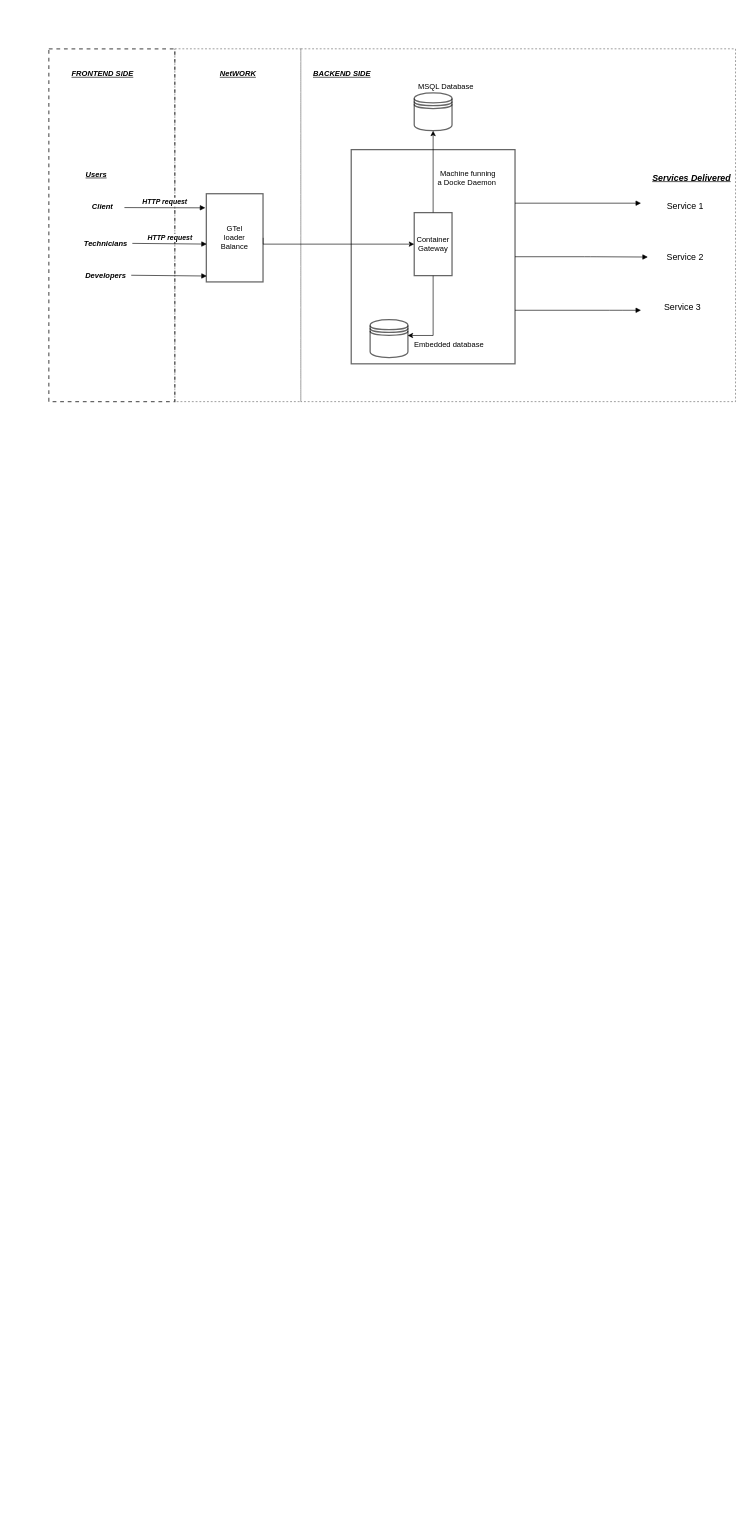
hansama0902/CMPT_220L_111_18F keeps this draw.io diagram as page "Page-1" (1 of 2) of Untitled Diagram.drawio. Above is the earlier version. Source tidied: cells renumbered, new cells numbered last; positions are measured from the earlier drawing's top-left corner, leaving out a move shared by most shapes. Both pictures are drawn from the tidied source at 63%, with x=0, y=0 at pixel (49, 49).
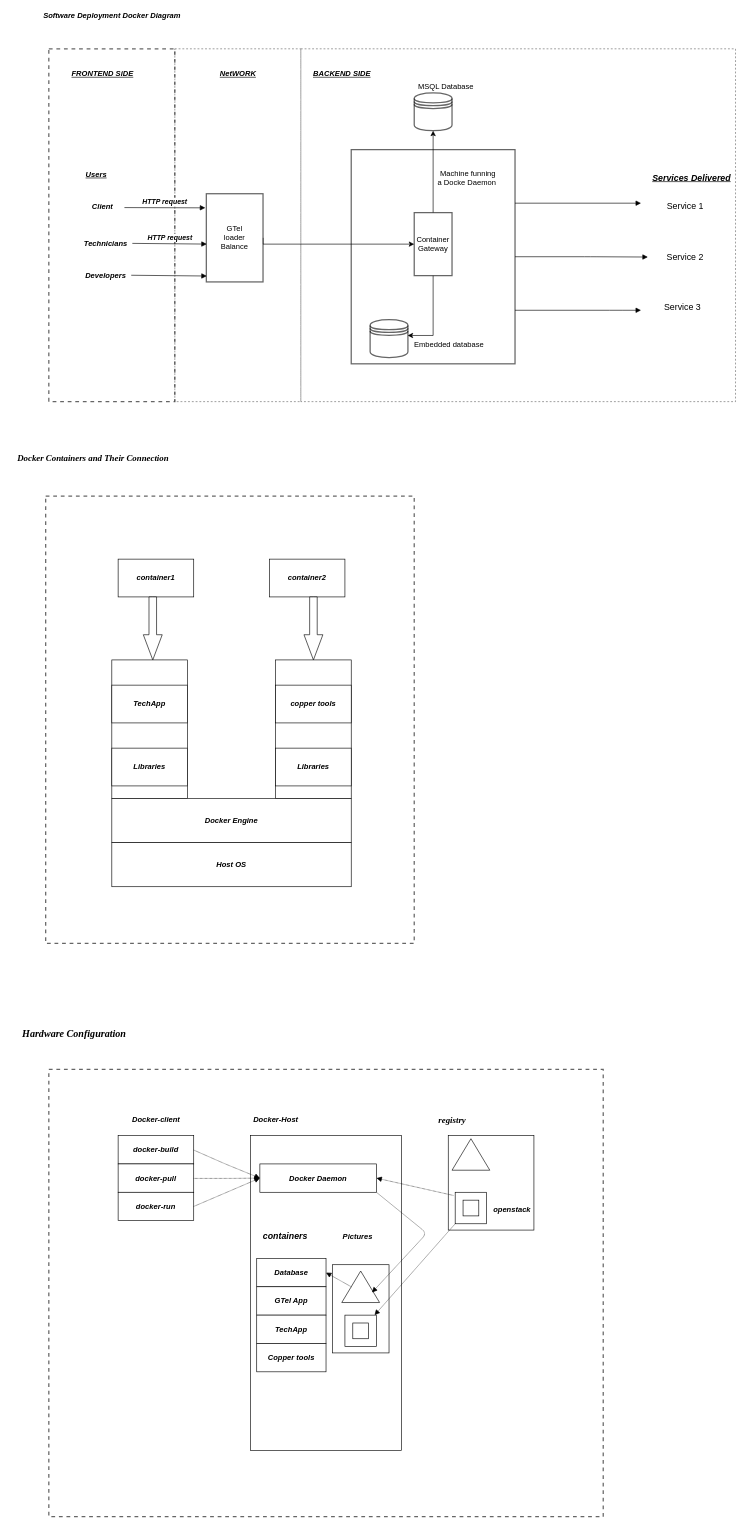
The same page after the edit.

What changed in the source:
```diff
@@
+    <mxCell id="33" value="&lt;p class=&quot;MsoNormal&quot; align=&quot;center&quot; style=&quot;margin: 0cm 0cm 10pt ; line-height: 16.8667px ; font-family: &amp;#34;calibri&amp;#34; , sans-serif&quot;&gt;&lt;span lang=&quot;EN-US&quot;&gt;&lt;font style=&quot;font-size: 12px&quot;&gt;&lt;b&gt;&lt;i&gt;Software Deployment Docker Diagram&lt;/i&gt;&lt;/b&gt;&lt;/font&gt;&lt;/span&gt;&lt;/p&gt;" style="text;html=1;align=center;verticalAlign=middle;" parent="1" vertex="1">
+      <mxGeometry x="-5" y="-60" width="210" height="30" as="geometry" />
+    </mxCell>
+    <mxCell id="34" value="&lt;span lang=&quot;EN-US&quot; style=&quot;line-height: 18.4px ; font-family: &amp;#34;times new roman&amp;#34; , serif&quot;&gt;&lt;font style=&quot;font-size: 14px&quot;&gt;&lt;b&gt;&lt;i&gt;Docker Containers and Their Connection&lt;/i&gt;&lt;/b&gt;&lt;/font&gt;&lt;/span&gt;&lt;span style=&quot;font-size: medium&quot;&gt;&lt;/span&gt;" style="text;html=1;align=center;verticalAlign=middle;" parent="1" vertex="1">
+      <mxGeometry x="-60" y="640" width="260" height="20" as="geometry" />
+    </mxCell>
+    <mxCell id="35" style="html=1;rounded=0;shadow=0;glass=0;dashed=1;sketch=0;fillStyle=dashed;strokeWidth=2;fillColor=#FFFFFF;opacity=60;align=left;" parent="1" vertex="1">
+      <mxGeometry x="-5" y="710" width="585" height="710" as="geometry" />
+    </mxCell>
+    <mxCell id="36" value="&lt;font style=&quot;font-size: 12px&quot;&gt;&lt;b&gt;&lt;i&gt;container2&lt;/i&gt;&lt;/b&gt;&lt;/font&gt;" style="rounded=0;whiteSpace=wrap;html=1;" parent="1" vertex="1">
+      <mxGeometry x="350" y="810" width="120" height="60" as="geometry" />
+    </mxCell>
+    <mxCell id="37" value="&lt;font style=&quot;font-size: 12px&quot;&gt;&lt;b&gt;&lt;i&gt;container1&lt;/i&gt;&lt;/b&gt;&lt;/font&gt;" style="rounded=0;whiteSpace=wrap;html=1;" parent="1" vertex="1">
+      <mxGeometry x="110" y="810" width="120" height="60" as="geometry" />
+    </mxCell>
+    <mxCell id="38" style="rounded=0;whiteSpace=wrap;html=1;" parent="1" vertex="1">
+      <mxGeometry x="100" y="970" width="120" height="220" as="geometry" />
+    </mxCell>
+    <mxCell id="39" style="rounded=0;whiteSpace=wrap;html=1;" parent="1" vertex="1">
+      <mxGeometry x="360" y="970" width="120" height="220" as="geometry" />
+    </mxCell>
+    <mxCell id="40" value="&lt;i&gt;&lt;b&gt;Docker Engine&lt;/b&gt;&lt;/i&gt;" style="rounded=0;whiteSpace=wrap;html=1;" parent="1" vertex="1">
+      <mxGeometry x="100" y="1190" width="380" height="70" as="geometry" />
+    </mxCell>
+    <mxCell id="41" value="&lt;b&gt;&lt;i&gt;Host OS&lt;/i&gt;&lt;/b&gt;" style="rounded=0;whiteSpace=wrap;html=1;" parent="1" vertex="1">
+      <mxGeometry x="100" y="1260" width="380" height="70" as="geometry" />
+    </mxCell>
+    <mxCell id="42" value="&lt;font style=&quot;font-size: 12px&quot;&gt;&lt;b&gt;&lt;i&gt;TechApp&lt;/i&gt;&lt;/b&gt;&lt;/font&gt;" style="rounded=0;whiteSpace=wrap;html=1;" parent="1" vertex="1">
+      <mxGeometry x="100" y="1010" width="120" height="60" as="geometry" />
+    </mxCell>
+    <mxCell id="43" value="&lt;font style=&quot;font-size: 12px&quot;&gt;&lt;b&gt;&lt;i&gt;Libraries&lt;/i&gt;&lt;/b&gt;&lt;/font&gt;" style="rounded=0;whiteSpace=wrap;html=1;" parent="1" vertex="1">
+      <mxGeometry x="100" y="1110" width="120" height="60" as="geometry" />
+    </mxCell>
+    <mxCell id="44" value="&lt;font style=&quot;font-size: 12px&quot;&gt;&lt;b&gt;&lt;i&gt;copper tools&lt;/i&gt;&lt;/b&gt;&lt;/font&gt;" style="rounded=0;whiteSpace=wrap;html=1;" parent="1" vertex="1">
+      <mxGeometry x="360" y="1010" width="120" height="60" as="geometry" />
+    </mxCell>
+    <mxCell id="45" value="&lt;b&gt;&lt;i&gt;Libraries&lt;/i&gt;&lt;/b&gt;" style="rounded=0;whiteSpace=wrap;html=1;" parent="1" vertex="1">
+      <mxGeometry x="360" y="1110" width="120" height="60" as="geometry" />
+    </mxCell>
+    <mxCell id="46" style="html=1;rounded=0;shadow=0;glass=0;dashed=1;sketch=0;fillStyle=dashed;strokeWidth=2;fillColor=#FFFFFF;opacity=60;align=left;" parent="1" vertex="1">
+      <mxGeometry y="1620" width="880" height="710" as="geometry" />
+    </mxCell>
+    <mxCell id="47" value="&lt;p class=&quot;MsoNormal&quot; align=&quot;center&quot; style=&quot;margin: 0cm 0cm 10pt ; line-height: 16.8667px ; font-size: 11pt ; font-family: &amp;#34;calibri&amp;#34; , sans-serif&quot;&gt;&lt;span lang=&quot;EN-US&quot; style=&quot;font-size: 12pt ; line-height: 18.4px ; font-family: &amp;#34;times new roman&amp;#34; , serif&quot;&gt;&lt;b&gt;&lt;i&gt;Hardware Configuration&lt;/i&gt;&lt;/b&gt;&lt;/span&gt;&lt;/p&gt;" style="text;html=1;align=center;verticalAlign=middle;" parent="1" vertex="1">
+      <mxGeometry x="-50" y="1550" width="180" height="40" as="geometry" />
+    </mxCell>
+    <mxCell id="48" value="&lt;b&gt;&lt;i&gt;docker-build&lt;/i&gt;&lt;/b&gt;" style="rounded=0;whiteSpace=wrap;html=1;" parent="1" vertex="1">
+      <mxGeometry x="110" y="1725" width="120" height="45" as="geometry" />
+    </mxCell>
+    <mxCell id="49" style="rounded=0;whiteSpace=wrap;html=1;" parent="1" vertex="1">
+      <mxGeometry x="320" y="1725" width="240" height="500" as="geometry" />
+    </mxCell>
+    <mxCell id="50" style="rounded=0;whiteSpace=wrap;html=1;" parent="1" vertex="1">
+      <mxGeometry x="634" y="1725" width="136" height="150" as="geometry" />
+    </mxCell>
+    <mxCell id="51" value="&lt;b&gt;&lt;i&gt;Docker-client&lt;/i&gt;&lt;/b&gt;" style="text;html=1;align=center;verticalAlign=middle;" parent="1" vertex="1">
+      <mxGeometry x="125" y="1690" width="90" height="20" as="geometry" />
+    </mxCell>
+    <mxCell id="52" value="&lt;b&gt;&lt;i&gt;docker-pull&lt;/i&gt;&lt;/b&gt;" style="rounded=0;whiteSpace=wrap;html=1;" parent="1" vertex="1">
+      <mxGeometry x="110" y="1770" width="120" height="45" as="geometry" />
+    </mxCell>
+    <mxCell id="53" value="&lt;b&gt;&lt;i&gt;docker-run&lt;/i&gt;&lt;/b&gt;" style="rounded=0;whiteSpace=wrap;html=1;" parent="1" vertex="1">
+      <mxGeometry x="110" y="1815" width="120" height="45" as="geometry" />
+    </mxCell>
+    <mxCell id="54" value="&lt;i&gt;&lt;b&gt;Docker-Host&lt;/b&gt;&lt;/i&gt;" style="text;html=1;align=center;verticalAlign=middle;" parent="1" vertex="1">
+      <mxGeometry x="315" y="1690" width="90" height="20" as="geometry" />
+    </mxCell>
+    <mxCell id="55" value="&lt;b&gt;&lt;i&gt;Docker Daemon&lt;/i&gt;&lt;/b&gt;" style="rounded=0;whiteSpace=wrap;html=1;" parent="1" vertex="1">
+      <mxGeometry x="335" y="1770" width="185" height="45" as="geometry" />
+    </mxCell>
+    <mxCell id="56" value="&lt;b&gt;&lt;i&gt;Database&lt;/i&gt;&lt;/b&gt;" style="rounded=0;whiteSpace=wrap;html=1;" parent="1" vertex="1">
+      <mxGeometry x="330" y="1920" width="110" height="45" as="geometry" />
+    </mxCell>
+    <mxCell id="57" value="&lt;b&gt;&lt;i&gt;GTel App&lt;/i&gt;&lt;/b&gt;" style="rounded=0;whiteSpace=wrap;html=1;" parent="1" vertex="1">
+      <mxGeometry x="330" y="1965" width="110" height="45" as="geometry" />
+    </mxCell>
+    <mxCell id="58" value="&lt;b&gt;&lt;i&gt;TechApp&lt;/i&gt;&lt;/b&gt;" style="rounded=0;whiteSpace=wrap;html=1;" parent="1" vertex="1">
+      <mxGeometry x="330" y="2010" width="110" height="45" as="geometry" />
+    </mxCell>
+    <mxCell id="59" value="&lt;b&gt;&lt;i&gt;Copper tools&lt;/i&gt;&lt;/b&gt;" style="rounded=0;whiteSpace=wrap;html=1;" parent="1" vertex="1">
+      <mxGeometry x="330" y="2055" width="110" height="45" as="geometry" />
+    </mxCell>
+    <mxCell id="60" value="&lt;b&gt;&lt;i&gt;&lt;font style=&quot;font-size: 14px&quot;&gt;containers&lt;/font&gt;&lt;/i&gt;&lt;/b&gt;" style="text;html=1;align=center;verticalAlign=middle;" parent="1" vertex="1">
+      <mxGeometry x="330" y="1875" width="90" height="20" as="geometry" />
+    </mxCell>
+    <mxCell id="61" style="rounded=0;whiteSpace=wrap;html=1;" parent="1" vertex="1">
+      <mxGeometry x="450" y="1930" width="90" height="140" as="geometry" />
+    </mxCell>
+    <mxCell id="62" value="&lt;b&gt;&lt;i&gt;Pictures&lt;/i&gt;&lt;/b&gt;" style="text;html=1;align=center;verticalAlign=middle;" parent="1" vertex="1">
+      <mxGeometry x="460" y="1875" width="60" height="20" as="geometry" />
+    </mxCell>
+    <mxCell id="63" style="whiteSpace=wrap;html=1;" parent="1" vertex="1">
+      <mxGeometry x="470" y="2010" width="50" height="50" as="geometry" />
+    </mxCell>
+    <mxCell id="64" style="whiteSpace=wrap;html=1;" parent="1" vertex="1">
+      <mxGeometry x="482.5" y="2022.5" width="25" height="25" as="geometry" />
+    </mxCell>
+    <mxCell id="65" style="verticalLabelPosition=bottom;verticalAlign=top;html=1;shape=mxgraph.basic.acute_triangle;dx=0.5;" parent="1" vertex="1">
+      <mxGeometry x="465" y="1940" width="60" height="50" as="geometry" />
+    </mxCell>
+    <mxCell id="66" value="&lt;span lang=&quot;EN-US&quot; style=&quot;line-height: 18.4px ; font-family: &amp;#34;times new roman&amp;#34; , serif&quot;&gt;&lt;i&gt;&lt;b&gt;&lt;font style=&quot;font-size: 14px&quot;&gt;registry&lt;/font&gt;&lt;/b&gt;&lt;/i&gt;&lt;/span&gt;&lt;span style=&quot;font-size: medium&quot;&gt;&lt;/span&gt;" style="text;html=1;align=center;verticalAlign=middle;" parent="1" vertex="1">
+      <mxGeometry x="610" y="1690" width="60" height="20" as="geometry" />
+    </mxCell>
+    <mxCell id="67" style="verticalLabelPosition=bottom;verticalAlign=top;html=1;shape=mxgraph.basic.acute_triangle;dx=0.5;" parent="1" vertex="1">
+      <mxGeometry x="640" y="1730" width="60" height="50" as="geometry" />
+    </mxCell>
+    <mxCell id="68" style="whiteSpace=wrap;html=1;" parent="1" vertex="1">
+      <mxGeometry x="645" y="1815" width="50" height="50" as="geometry" />
+    </mxCell>
+    <mxCell id="69" style="whiteSpace=wrap;html=1;" parent="1" vertex="1">
+      <mxGeometry x="657.5" y="1827.5" width="25" height="25" as="geometry" />
+    </mxCell>
+    <mxCell id="70" value="&lt;b&gt;&lt;i&gt;openstack&lt;/i&gt;&lt;/b&gt;" style="text;html=1;align=center;verticalAlign=middle;" parent="1" vertex="1">
+      <mxGeometry x="700" y="1832.5" width="70" height="20" as="geometry" />
+    </mxCell>
+    <mxCell id="71" style="html=1;shadow=0;dashed=0;align=center;verticalAlign=middle;shape=mxgraph.arrows2.arrow;dy=0.6;dx=40;direction=south;notch=0;" parent="1" vertex="1">
+      <mxGeometry x="150" y="870" width="30" height="100" as="geometry" />
+    </mxCell>
+    <mxCell id="72" style="html=1;shadow=0;dashed=0;align=center;verticalAlign=middle;shape=mxgraph.arrows2.arrow;dy=0.6;dx=40;direction=south;notch=0;" parent="1" vertex="1">
+      <mxGeometry x="405" y="870" width="30" height="100" as="geometry" />
+    </mxCell>
+    <mxCell id="73" style="html=1;verticalAlign=bottom;endArrow=block;entryX=0;entryY=0.5;entryDx=0;entryDy=0;dashed=1;dashPattern=1 1;" parent="1" edge="1" target="55">
+      <mxGeometry relative="1" as="geometry">
+        <mxPoint x="230" y="1748" as="sourcePoint" />
+        <Array as="points">
+          <mxPoint x="280" y="1770" />
+        </Array>
+      </mxGeometry>
+    </mxCell>
+    <mxCell id="74" style="html=1;verticalAlign=bottom;endArrow=block;dashed=1;dashPattern=1 1;entryX=0;entryY=0.5;entryDx=0;entryDy=0;" parent="1" edge="1" target="55">
+      <mxGeometry relative="1" as="geometry">
+        <mxPoint x="230" y="1793" as="sourcePoint" />
+        <Array as="points">
+          <mxPoint x="290" y="1793" />
+        </Array>
+      </mxGeometry>
+    </mxCell>
+    <mxCell id="75" style="html=1;verticalAlign=bottom;endArrow=block;dashed=1;dashPattern=1 1;entryX=0;entryY=0.5;entryDx=0;entryDy=0;exitX=1;exitY=0.5;exitDx=0;exitDy=0;" parent="1" edge="1" source="53" target="55">
+      <mxGeometry relative="1" as="geometry" />
+    </mxCell>
+    <mxCell id="76" style="html=1;verticalAlign=bottom;endArrow=block;dashed=1;dashPattern=1 1;entryX=1;entryY=0.5;entryDx=0;entryDy=0;" parent="1" edge="1" target="55">
+      <mxGeometry relative="1" as="geometry">
+        <mxPoint x="642" y="1820" as="sourcePoint" />
+      </mxGeometry>
+    </mxCell>
+    <mxCell id="77" style="html=1;verticalAlign=bottom;endArrow=block;dashed=1;dashPattern=1 1;exitX=0;exitY=1;exitDx=0;exitDy=0;" parent="1" edge="1" source="68" target="63">
+      <mxGeometry relative="1" as="geometry" />
+    </mxCell>
+    <mxCell id="78" style="html=1;verticalAlign=bottom;endArrow=block;dashed=1;dashPattern=1 1;entryX=0.8;entryY=0.68;entryDx=0;entryDy=0;exitX=1;exitY=1;exitDx=0;exitDy=0;entryPerimeter=0;" parent="1" edge="1" source="55" target="65">
+      <mxGeometry relative="1" as="geometry">
+        <Array as="points">
+          <mxPoint x="600" y="1880" />
+        </Array>
+      </mxGeometry>
+    </mxCell>
+    <mxCell id="79" style="html=1;verticalAlign=bottom;endArrow=block;dashed=1;dashPattern=1 1;exitX=0;exitY=0;exitDx=15;exitDy=25;entryX=1;entryY=0.5;entryDx=0;entryDy=0;exitPerimeter=0;" parent="1" edge="1" source="65" target="56">
+      <mxGeometry relative="1" as="geometry" />
+    </mxCell>
```
